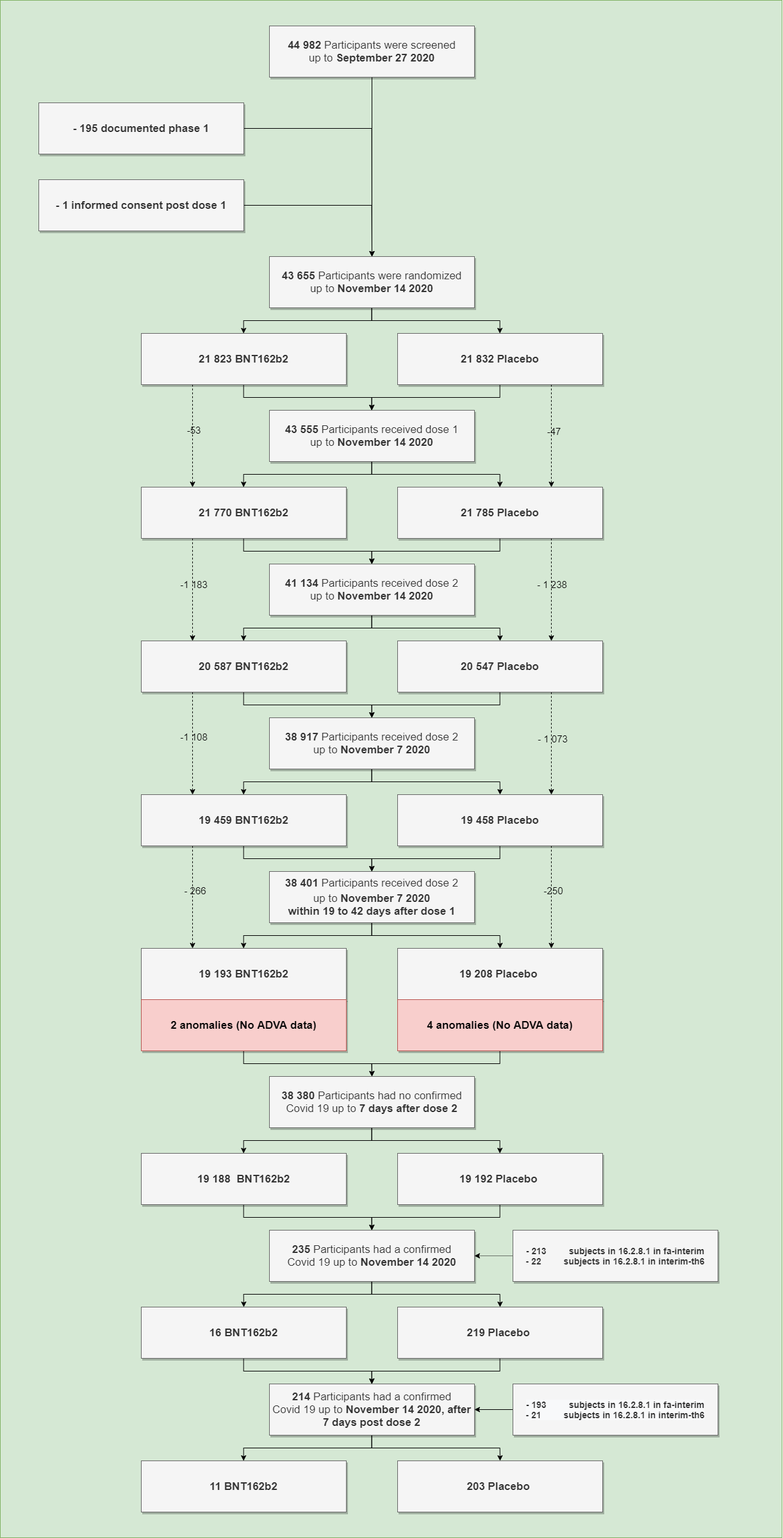
The draw.io diagram public/doc/pfizer_trials/EfficacyDiagram.png in OpenVaet/openvaet, before a commit. Source tidied: cells renumbered, new cells last; positions are measured from the earlier drawing's top-left corner, leaving out a move shared by most shapes.
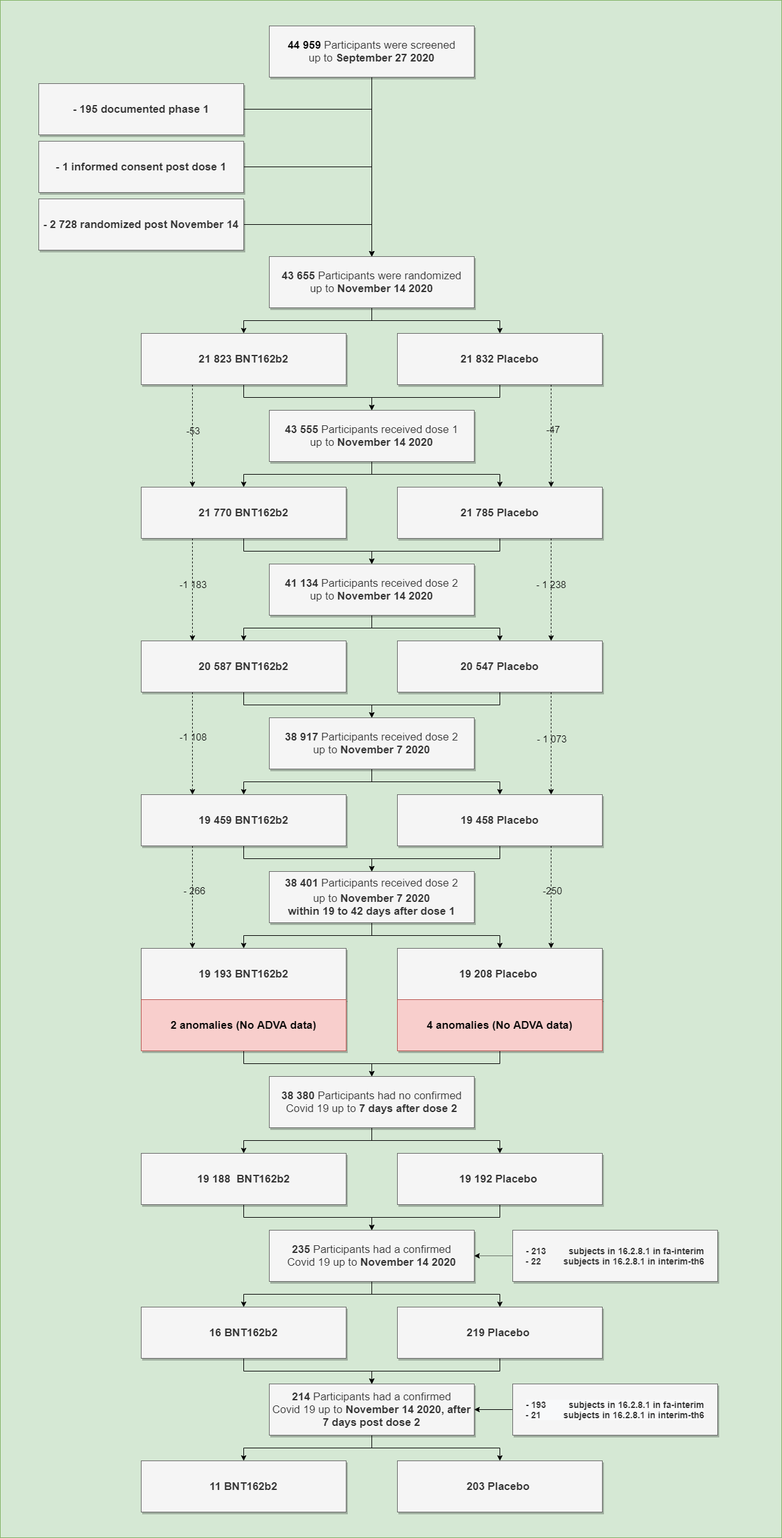
After the commit.

Diff of the diagram source:
```diff
@@ -4,18 +4,18 @@
     <mxCell id="1" parent="0" />
     <mxCell id="2" style="edgeStyle=orthogonalEdgeStyle;rounded=0;orthogonalLoop=1;jettySize=auto;html=1;entryX=0.5;entryY=0;entryDx=0;entryDy=0;fontSize=15;" parent="1" edge="1">
       <mxGeometry relative="1" as="geometry">
-        <mxPoint x="625.1" y="2020" as="sourcePoint" />
+        <mxPoint x="610.1" y="2000" as="sourcePoint" />
       </mxGeometry>
     </mxCell>
-    <mxCell id="3" style="rounded=0;whiteSpace=wrap;html=1;labelBackgroundColor=none;fontSize=15;fillColor=#d5e8d4;strokeColor=#82b366;" parent="1" vertex="1">
-      <mxGeometry width="1220" height="2400" as="geometry" />
-    </mxCell>
-    <mxCell id="4" style="edgeStyle=orthogonalEdgeStyle;rounded=0;jettySize=auto;html=1;fontSize=15;entryX=0.5;entryY=0;entryDx=0;entryDy=0;" parent="1" edge="1" source="5" target="8">
-      <mxGeometry relative="1" as="geometry" />
-    </mxCell>
-    <mxCell id="5" value="&lt;font style=&quot;font-size: 17px&quot;&gt;&lt;b&gt;44 982&amp;nbsp;&lt;/b&gt;Participants were screened&lt;br&gt;up to&amp;nbsp;&lt;b&gt;September 27 2020&lt;/b&gt;&lt;/font&gt;" style="rounded=0;whiteSpace=wrap;html=1;shadow=1;sketch=0;fillColor=#f5f5f5;strokeColor=#666666;fontColor=#333333;" parent="1" vertex="1">
-      <mxGeometry x="420" y="40" width="320" height="80" as="geometry" />
-    </mxCell>
+    <mxCell id="86" style="rounded=0;whiteSpace=wrap;html=1;labelBackgroundColor=none;fontSize=15;fillColor=#d5e8d4;strokeColor=#82b366;" parent="1" vertex="1">
+      <mxGeometry width="1220" height="2400" as="geometry" />
+    </mxCell>
+    <mxCell id="87" style="edgeStyle=orthogonalEdgeStyle;rounded=0;jettySize=auto;html=1;fontSize=15;entryX=0.5;entryY=0;entryDx=0;entryDy=0;" parent="1" edge="1" source="88" target="8">
+      <mxGeometry relative="1" as="geometry" />
+    </mxCell>
+    <mxCell id="88" value="&lt;font style=&quot;font-size: 17px&quot;&gt;&lt;b style=&quot;color: rgb(0 , 0 , 0)&quot;&gt;44 959&lt;/b&gt;&lt;b&gt;&amp;nbsp;&lt;/b&gt;Participants were screened&lt;br&gt;up to&amp;nbsp;&lt;b&gt;September 27 2020&lt;/b&gt;&lt;/font&gt;" style="rounded=0;whiteSpace=wrap;html=1;shadow=1;sketch=0;fillColor=#f5f5f5;strokeColor=#666666;fontColor=#333333;" parent="1" vertex="1">
+      <mxGeometry x="420" y="40" width="320" height="80" as="geometry" />
+    </mxCell>
     <mxCell id="6" style="edgeStyle=orthogonalEdgeStyle;rounded=0;jettySize=auto;html=1;fontSize=15;" parent="1" edge="1" source="8" target="16">
       <mxGeometry relative="1" as="geometry" />
     </mxCell>
@@ -26,16 +26,20 @@
       <mxGeometry x="420" y="400" width="320" height="80" as="geometry" />
     </mxCell>
     <mxCell id="9" style="edgeStyle=orthogonalEdgeStyle;rounded=0;jettySize=auto;html=1;entryX=0.5;entryY=0;entryDx=0;entryDy=0;fontSize=15;" parent="1" edge="1" source="10" target="8">
-      <mxGeometry relative="1" as="geometry" />
+      <mxGeometry relative="1" as="geometry">
+        <Array as="points">
+          <mxPoint x="580" y="170" />
+        </Array>
+      </mxGeometry>
     </mxCell>
     <mxCell id="10" value="&lt;span style=&quot;font-size: 17px&quot;&gt;&lt;b&gt;- 195 documented phase 1&lt;/b&gt;&lt;/span&gt;" style="rounded=0;whiteSpace=wrap;html=1;shadow=1;sketch=0;fillColor=#f5f5f5;strokeColor=#666666;fontColor=#333333;" parent="1" vertex="1">
-      <mxGeometry x="60" y="160" width="320" height="80" as="geometry" />
+      <mxGeometry x="60" y="130" width="320" height="80" as="geometry" />
     </mxCell>
     <mxCell id="11" style="edgeStyle=orthogonalEdgeStyle;rounded=0;jettySize=auto;html=1;fontSize=15;entryX=0.5;entryY=0;entryDx=0;entryDy=0;" parent="1" edge="1" source="12" target="8">
       <mxGeometry relative="1" as="geometry" />
     </mxCell>
     <mxCell id="12" value="&lt;span style=&quot;font-size: 17px&quot;&gt;&lt;b&gt;- 1 informed consent post dose 1&lt;/b&gt;&lt;/span&gt;" style="rounded=0;whiteSpace=wrap;html=1;shadow=1;sketch=0;fillColor=#f5f5f5;strokeColor=#666666;fontColor=#333333;" parent="1" vertex="1">
-      <mxGeometry x="60" y="280" width="320" height="80" as="geometry" />
+      <mxGeometry x="60" y="220" width="320" height="80" as="geometry" />
     </mxCell>
     <mxCell id="13" style="edgeStyle=orthogonalEdgeStyle;rounded=0;jettySize=auto;html=1;fontSize=15;" parent="1" edge="1" source="16" target="23">
       <mxGeometry relative="1" as="geometry" />
@@ -218,11 +222,11 @@
     <mxCell id="69" value="&lt;span style=&quot;font-size: 17px&quot;&gt;&lt;b&gt;219&amp;nbsp;&lt;/b&gt;&lt;/span&gt;&lt;b style=&quot;font-size: 17px&quot;&gt;Placebo&amp;nbsp;&lt;/b&gt;" style="rounded=0;whiteSpace=wrap;html=1;shadow=1;sketch=0;fillColor=#f5f5f5;strokeColor=#666666;fontColor=#333333;" parent="1" vertex="1">
       <mxGeometry x="620" y="2040" width="320" height="80" as="geometry" />
     </mxCell>
-    <mxCell id="70" style="edgeStyle=orthogonalEdgeStyle;rounded=0;jettySize=auto;html=1;dashed=1;dashPattern=1 1;fontSize=15;" parent="1" edge="1" target="65">
-      <mxGeometry relative="1" as="geometry">
-        <mxPoint x="800" y="1960" as="sourcePoint" />
-      </mxGeometry>
-    </mxCell>
+    <mxCell id="89" style="edgeStyle=orthogonalEdgeStyle;rounded=0;jettySize=auto;html=1;dashed=1;dashPattern=1 1;fontSize=15;" parent="1" edge="1" target="65">
+      <mxGeometry relative="1" as="geometry">
+        <mxPoint x="800" y="1960" as="sourcePoint" />
+      </mxGeometry>
+    </mxCell>
     <mxCell id="71" value="&lt;span style=&quot;font-size: 14px&quot;&gt;&lt;span style=&quot;font-size: 14px&quot;&gt;- 213&amp;nbsp; &amp;nbsp; &amp;nbsp; &amp;nbsp; &amp;nbsp;&lt;/span&gt;&lt;/span&gt;subjects&amp;nbsp;&lt;span style=&quot;font-size: 14px&quot;&gt;&lt;span style=&quot;font-size: 14px&quot;&gt;in&amp;nbsp;16.2.8.1 in fa-interim&lt;/span&gt;&lt;/span&gt;&lt;span style=&quot;font-size: 14px&quot;&gt;&lt;br style=&quot;font-size: 14px&quot;&gt;-&amp;nbsp;&lt;/span&gt;&lt;span style=&quot;font-size: 14px&quot;&gt;22&amp;nbsp; &amp;nbsp; &amp;nbsp; &amp;nbsp; &amp;nbsp;subjects in&amp;nbsp;16.2.8.1 in interim-th6&lt;/span&gt;&lt;span style=&quot;font-size: 14px&quot;&gt;&lt;br style=&quot;font-size: 14px&quot;&gt;&lt;/span&gt;" style="rounded=0;whiteSpace=wrap;html=1;shadow=1;sketch=0;fillColor=#f5f5f5;strokeColor=#666666;fontColor=#333333;fontStyle=1;fontSize=14;" parent="1" vertex="1">
       <mxGeometry x="800" y="1920" width="320" height="80" as="geometry" />
     </mxCell>
@@ -268,5 +272,11 @@
     <mxCell id="85" value="&lt;span style=&quot;font-size: 17px&quot;&gt;&lt;b&gt;19 188&amp;nbsp;&amp;nbsp;&lt;/b&gt;&lt;/span&gt;&lt;b style=&quot;font-size: 17px&quot;&gt;BNT162b2&lt;/b&gt;" style="rounded=0;whiteSpace=wrap;html=1;shadow=1;sketch=0;fillColor=#f5f5f5;strokeColor=#666666;fontColor=#333333;" parent="1" vertex="1">
       <mxGeometry x="220" y="1800" width="320" height="80" as="geometry" />
     </mxCell>
+    <mxCell id="90" style="edgeStyle=orthogonalEdgeStyle;rounded=0;jettySize=auto;html=1;entryX=0.5;entryY=0;entryDx=0;entryDy=0;" parent="1" edge="1" source="91" target="8">
+      <mxGeometry relative="1" as="geometry" />
+    </mxCell>
+    <mxCell id="91" value="&lt;span style=&quot;font-size: 17px&quot;&gt;&lt;b&gt;- 2 728 randomized post November 14&lt;/b&gt;&lt;/span&gt;" style="rounded=0;whiteSpace=wrap;html=1;shadow=1;sketch=0;fillColor=#f5f5f5;strokeColor=#666666;fontColor=#333333;" parent="1" vertex="1">
+      <mxGeometry x="60" y="310" width="320" height="80" as="geometry" />
+    </mxCell>
   </root>
 </mxGraphModel>
```
